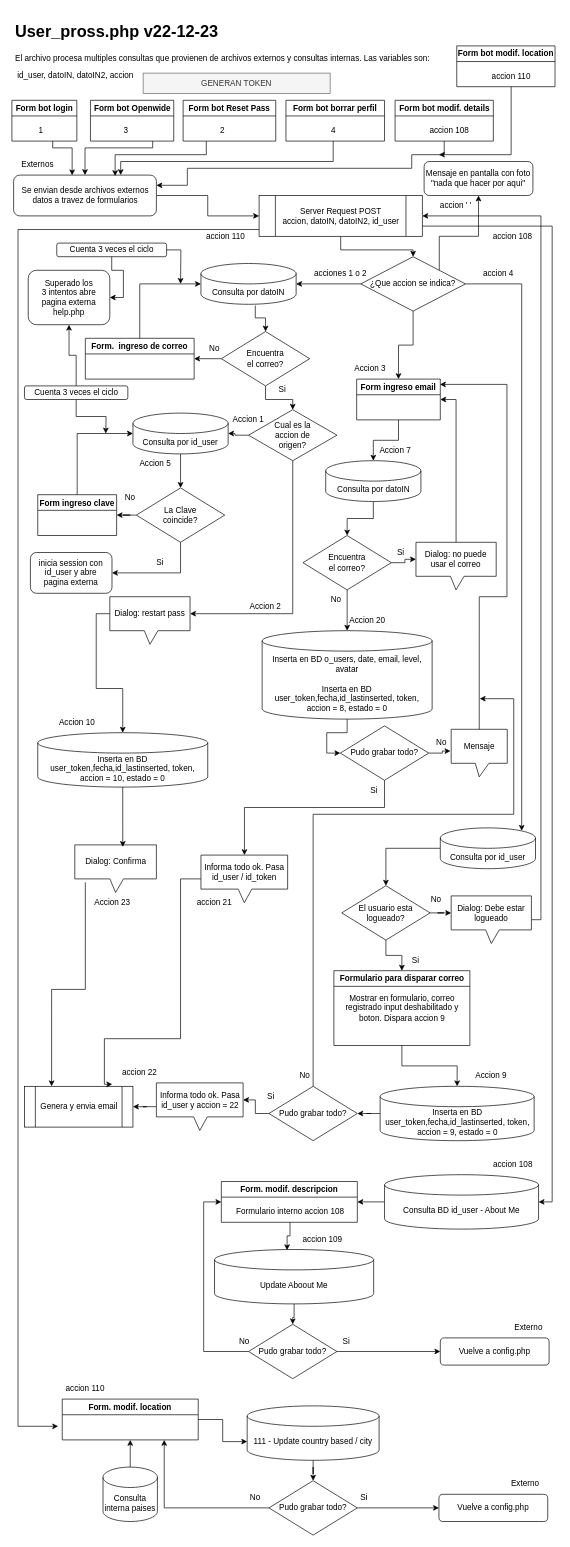
MaxiFranz/TrayectoP keeps this draw.io diagram as user_prossphp.drawio. Above is the earlier version. Source tidied: cells renumbered, new cells numbered last; positions are measured from the earlier drawing's top-left corner, leaving out a move shared by most shapes. Both pictures are drawn from the tidied source at 68%, with x=0, y=0 at pixel (12, 18).
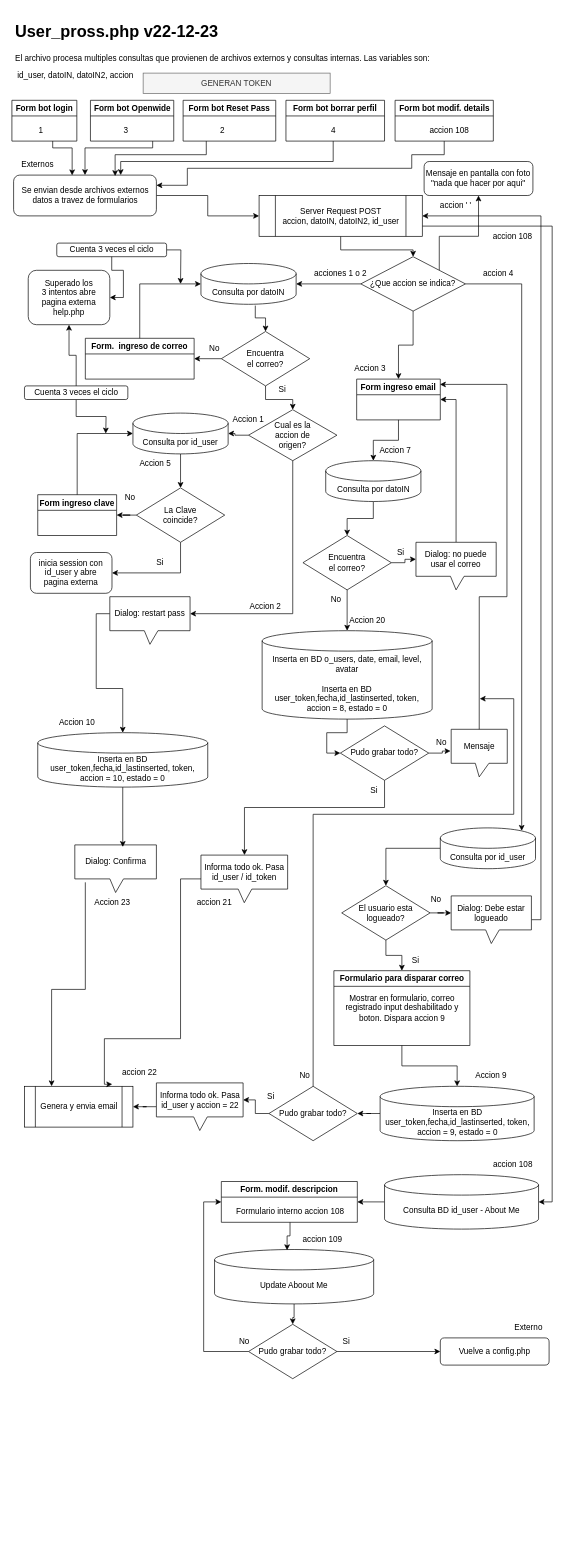
After the change.

The change refers to these unchanged cells:
```xml
<mxCell id="6" value="Server Request POST&lt;br&gt;accion, datoIN, datoIN2, id_user" style="shape=process;whiteSpace=wrap;html=1;backgroundOutline=1;" parent="1" vertex="1">
  <mxGeometry x="363.5" y="260" width="240" height="60" as="geometry" />
</mxCell>
```

What changed in the source:
```diff
@@
-    <mxCell id="5" style="edgeStyle=orthogonalEdgeStyle;rounded=0;jettySize=auto;html=1;" parent="1" edge="1" source="6">
-      <mxGeometry relative="1" as="geometry">
-        <mxPoint x="68" y="2070" as="targetPoint" />
-        <Array as="points">
-          <mxPoint x="9" y="310" />
-        </Array>
-      </mxGeometry>
-    </mxCell>
@@
-    <mxCell id="142" value="Form bot modif. location" style="swimlane;whiteSpace=wrap;html=1;" parent="1" vertex="1">
-      <mxGeometry x="654.2" y="40" width="144.5" height="60" as="geometry" />
-    </mxCell>
-    <mxCell id="143" style="edgeStyle=orthogonalEdgeStyle;rounded=0;jettySize=auto;html=1;exitX=0.5;exitY=1;exitDx=0;exitDy=0;" parent="142" edge="1" source="144">
-      <mxGeometry relative="1" as="geometry">
-        <mxPoint x="-26.2" y="160" as="targetPoint" />
-        <Array as="points">
-          <mxPoint x="80" y="160" />
-        </Array>
-      </mxGeometry>
-    </mxCell>
-    <mxCell id="144" value="accion 110" style="text;html=1;strokeColor=none;fillColor=none;align=center;verticalAlign=middle;whiteSpace=wrap;rounded=0;" parent="142" vertex="1">
-      <mxGeometry x="31.5" y="30" width="97" height="30" as="geometry" />
-    </mxCell>
-    <mxCell id="145" value="accion 110" style="text;html=1;strokeColor=none;fillColor=none;align=center;verticalAlign=middle;whiteSpace=wrap;rounded=0;" parent="1" vertex="1">
-      <mxGeometry x="265.5" y="305" width="97" height="30" as="geometry" />
-    </mxCell>
-    <mxCell id="146" value="Form. modif. location" style="swimlane;whiteSpace=wrap;html=1;startSize=23;" parent="1" vertex="1">
-      <mxGeometry x="74" y="2030" width="200" height="60" as="geometry" />
-    </mxCell>
-    <mxCell id="147" value="accion 110" style="text;html=1;strokeColor=none;fillColor=none;align=center;verticalAlign=middle;whiteSpace=wrap;rounded=0;" parent="1" vertex="1">
-      <mxGeometry x="67.5" y="2000" width="80" height="30" as="geometry" />
-    </mxCell>
-    <mxCell id="148" style="edgeStyle=orthogonalEdgeStyle;rounded=0;jettySize=auto;html=1;entryX=0.5;entryY=1;entryDx=0;entryDy=0;" parent="1" edge="1" source="149" target="146">
-      <mxGeometry relative="1" as="geometry" />
-    </mxCell>
-    <mxCell id="149" value="Consulta interna paises" style="shape=cylinder3;whiteSpace=wrap;html=1;boundedLbl=1;backgroundOutline=1;size=15;" parent="1" vertex="1">
-      <mxGeometry x="134" y="2130" width="80" height="80" as="geometry" />
-    </mxCell>
-    <mxCell id="150" style="edgeStyle=orthogonalEdgeStyle;rounded=0;jettySize=auto;html=1;" parent="1" edge="1" source="151" target="155">
-      <mxGeometry relative="1" as="geometry" />
-    </mxCell>
-    <mxCell id="151" value="111 - Update country based / city" style="shape=cylinder3;whiteSpace=wrap;html=1;boundedLbl=1;backgroundOutline=1;size=15;" parent="1" vertex="1">
-      <mxGeometry x="346" y="2040" width="194" height="80" as="geometry" />
-    </mxCell>
-    <mxCell id="152" style="edgeStyle=orthogonalEdgeStyle;rounded=0;jettySize=auto;html=1;entryX=0;entryY=0;entryDx=0;entryDy=52.5;entryPerimeter=0;" parent="1" edge="1" source="146" target="151">
-      <mxGeometry relative="1" as="geometry" />
-    </mxCell>
-    <mxCell id="153" style="edgeStyle=orthogonalEdgeStyle;rounded=0;jettySize=auto;html=1;" parent="1" edge="1" source="155" target="156">
-      <mxGeometry relative="1" as="geometry" />
-    </mxCell>
-    <mxCell id="154" style="edgeStyle=orthogonalEdgeStyle;rounded=0;jettySize=auto;html=1;exitX=0;exitY=0.5;exitDx=0;exitDy=0;entryX=0.75;entryY=1;entryDx=0;entryDy=0;" parent="1" edge="1" source="155" target="146">
-      <mxGeometry relative="1" as="geometry" />
-    </mxCell>
-    <mxCell id="155" value="Pudo grabar todo?" style="rhombus;whiteSpace=wrap;html=1;" parent="1" vertex="1">
-      <mxGeometry x="378" y="2150" width="130" height="80" as="geometry" />
-    </mxCell>
-    <mxCell id="156" value="Vuelve a config.php" style="rounded=1;whiteSpace=wrap;html=1;" parent="1" vertex="1">
-      <mxGeometry x="628" y="2170" width="160" height="40" as="geometry" />
-    </mxCell>
-    <mxCell id="157" value="Si" style="text;html=1;strokeColor=none;fillColor=none;align=center;verticalAlign=middle;whiteSpace=wrap;rounded=0;" parent="1" vertex="1">
-      <mxGeometry x="488" y="2160" width="60" height="30" as="geometry" />
-    </mxCell>
-    <mxCell id="158" value="Externo" style="text;html=1;strokeColor=none;fillColor=none;align=center;verticalAlign=middle;whiteSpace=wrap;rounded=0;" parent="1" vertex="1">
-      <mxGeometry x="725" y="2140" width="60" height="30" as="geometry" />
-    </mxCell>
-    <mxCell id="159" value="No" style="text;html=1;strokeColor=none;fillColor=none;align=center;verticalAlign=middle;whiteSpace=wrap;rounded=0;" parent="1" vertex="1">
-      <mxGeometry x="328" y="2160" width="60" height="30" as="geometry" />
-    </mxCell>
```
